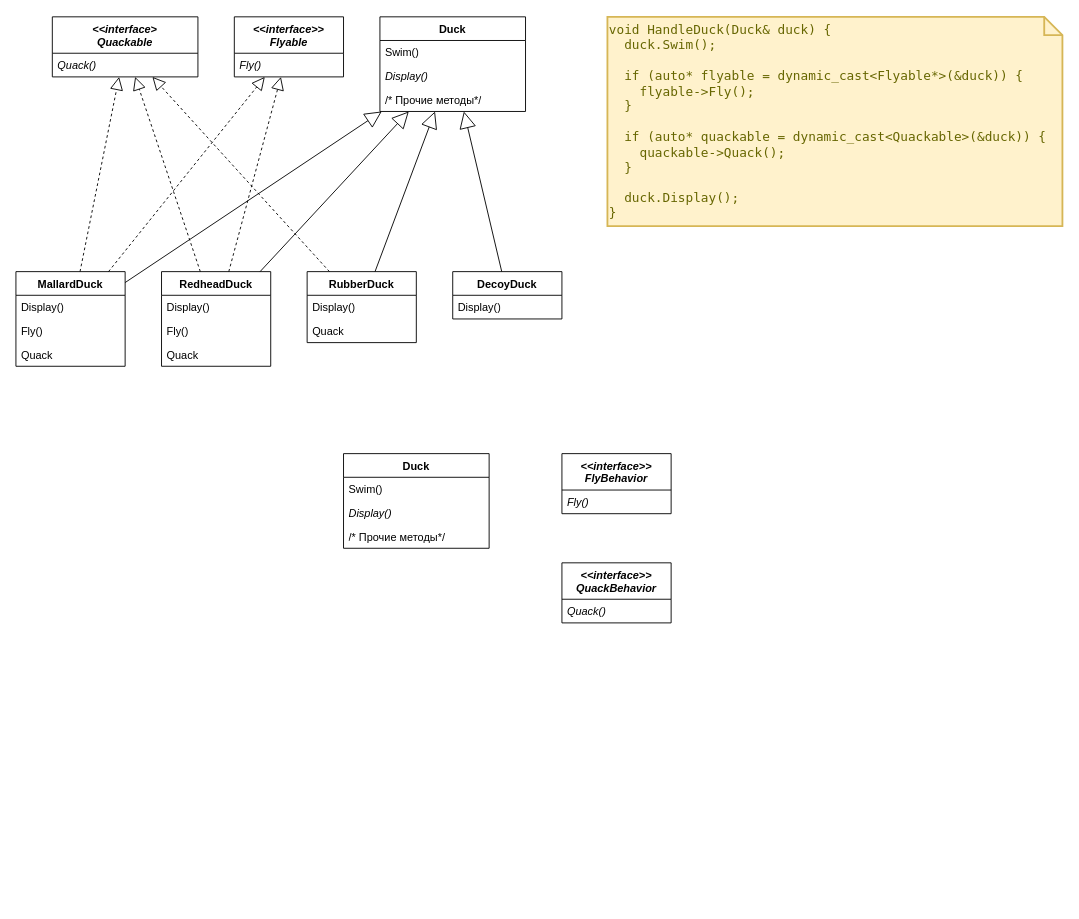
alexey-malov/ood keeps this draw.io diagram as lectures/01.strategy/strategy.drawio. Above is the earlier version. Source tidied: cells renumbered, new cells numbered last; positions are measured from the earlier drawing's top-left corner, leaving out a move shared by most shapes. Both pictures are drawn from the tidied source at 91%, with x=0, y=0 at pixel (15, 16).
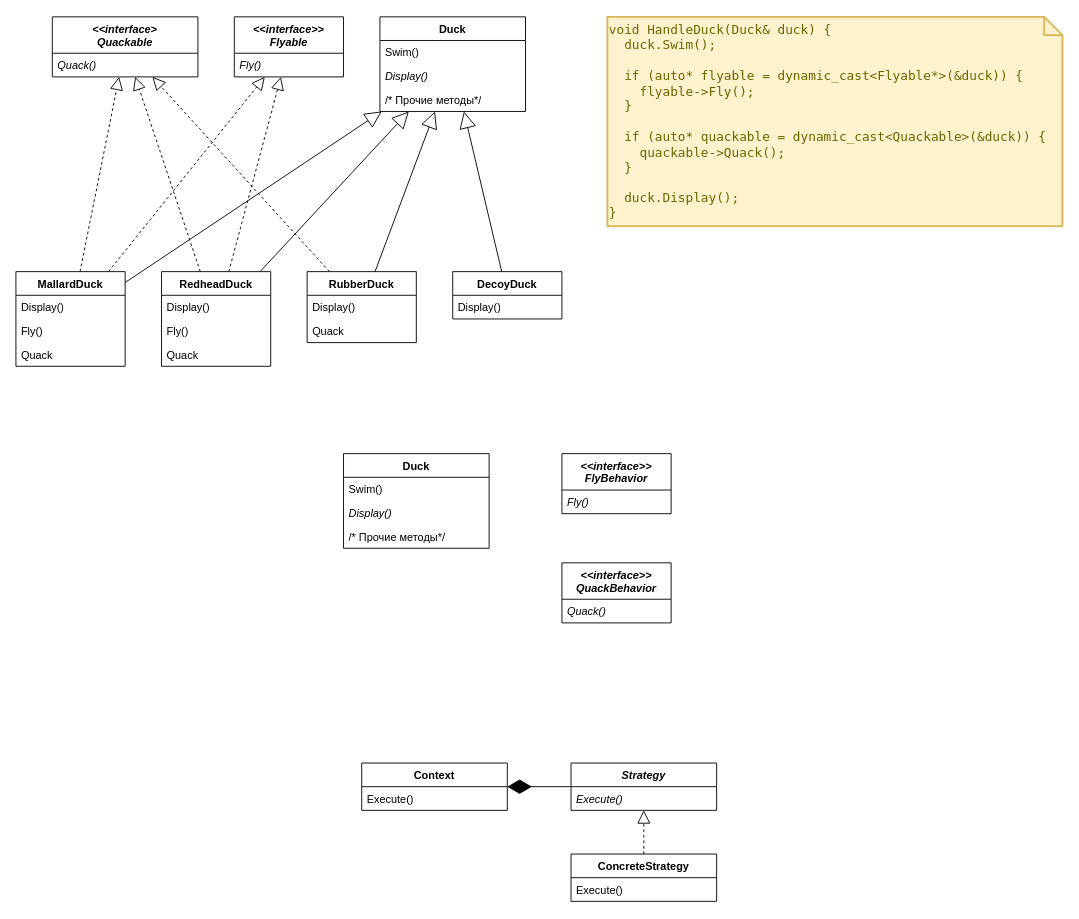
Above is the later version.

What changed in the source:
```diff
@@
+    <mxCell id="41" value="Context" style="swimlane;fontStyle=1;align=center;verticalAlign=top;horizontal=1;startSize=26;whiteSpace=wrap;html=1;" parent="1" vertex="1">
+      <mxGeometry x="380" y="820" width="160" height="52" as="geometry" />
+    </mxCell>
+    <mxCell id="42" value="Execute()" style="text;strokeColor=none;fillColor=none;align=left;verticalAlign=top;spacingLeft=4;spacingRight=4;overflow=hidden;whiteSpace=wrap;html=1;" parent="41" vertex="1">
+      <mxGeometry y="26" width="160" height="26" as="geometry" />
+    </mxCell>
+    <mxCell id="43" value="&lt;i&gt;Strategy&lt;/i&gt;" style="swimlane;fontStyle=1;align=center;verticalAlign=top;horizontal=1;startSize=26;whiteSpace=wrap;html=1;" parent="1" vertex="1">
+      <mxGeometry x="610" y="820" width="160" height="52" as="geometry" />
+    </mxCell>
+    <mxCell id="44" value="Execute()" style="text;strokeColor=none;fillColor=none;align=left;verticalAlign=top;spacingLeft=4;spacingRight=4;overflow=hidden;whiteSpace=wrap;html=1;fontStyle=2;" parent="43" vertex="1">
+      <mxGeometry y="26" width="160" height="26" as="geometry" />
+    </mxCell>
+    <mxCell id="45" value="ConcreteStrategy" style="swimlane;fontStyle=1;align=center;verticalAlign=top;horizontal=1;startSize=26;whiteSpace=wrap;html=1;" parent="1" vertex="1">
+      <mxGeometry x="610" y="920" width="160" height="52" as="geometry" />
+    </mxCell>
+    <mxCell id="46" value="Execute()" style="text;strokeColor=none;fillColor=none;align=left;verticalAlign=top;spacingLeft=4;spacingRight=4;overflow=hidden;whiteSpace=wrap;html=1;fontStyle=0;" parent="45" vertex="1">
+      <mxGeometry y="26" width="160" height="26" as="geometry" />
+    </mxCell>
+    <mxCell id="47" style="endArrow=diamondThin;endFill=1;endSize=24;html=1;rounded=0;" parent="1" edge="1" source="43" target="41">
+      <mxGeometry relative="1" as="geometry" />
+    </mxCell>
+    <mxCell id="48" style="endArrow=block;dashed=1;endFill=0;endSize=12;html=1;rounded=0;" parent="1" edge="1" source="45" target="43">
+      <mxGeometry relative="1" as="geometry" />
+    </mxCell>
```
